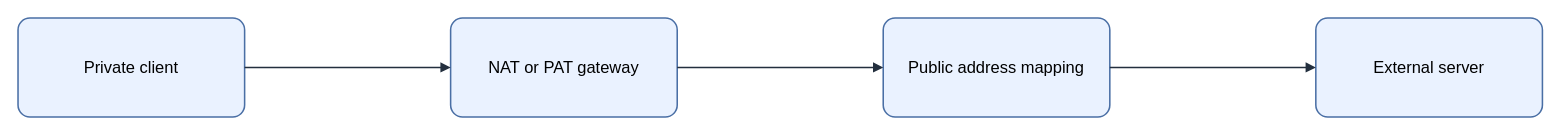
This is assets/img/network/nat-pat-translation-flow.drawio from KKamJi98/kkamji98.github.io, a draw.io file, before an edit. Source tidied: cells renumbered, new cells numbered last; positions are measured from the earlier drawing's top-left corner, leaving out a move shared by most shapes. Both pictures are drawn from the tidied source at 103%, with x=0, y=0 at pixel (18, 18).
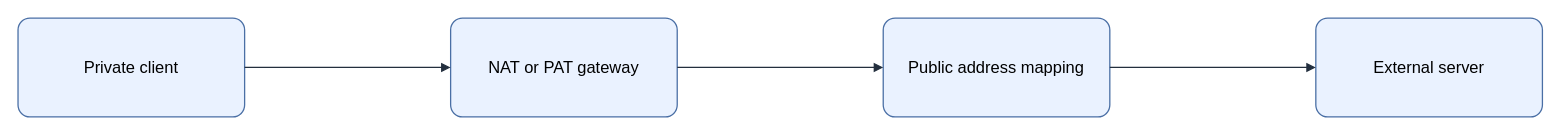
The same diagram, later.

What changed in the source:
```diff
@@
 <mxGraphModel background="#FFFFFF">
   <root>
     <mxCell id="0" />
     <mxCell id="1" parent="0" />
-    <mxCell id="2" value="&lt;font style=&quot;color: rgb(0, 0, 0);&quot;&gt;Private client&lt;/font&gt;" style="rounded=1;arcSize=12;whiteSpace=wrap;html=1;fillColor=#EAF2FF;strokeColor=#4A6FA5;strokeWidth=1.5;fontColor=#000000;fontSize=16;align=center;verticalAlign=middle;spacing=8;shadow=0;" parent="1" vertex="1">
+    <mxCell id="2" value="Private client" style="rounded=1;arcSize=12;whiteSpace=wrap;html=0;fillColor=#EAF2FF;strokeColor=#4A6FA5;strokeWidth=1.25;fontColor=#000000;fontSize=16;align=center;verticalAlign=middle;spacing=8;shadow=0;" parent="1" vertex="1">
       <mxGeometry width="220" height="96" as="geometry" />
     </mxCell>
-    <mxCell id="3" value="&lt;font style=&quot;color: rgb(0, 0, 0);&quot;&gt;NAT or PAT gateway&lt;/font&gt;" style="rounded=1;arcSize=12;whiteSpace=wrap;html=1;fillColor=#EAF2FF;strokeColor=#4A6FA5;strokeWidth=1.5;fontColor=#000000;fontSize=16;align=center;verticalAlign=middle;spacing=8;shadow=0;" parent="1" vertex="1">
+    <mxCell id="3" value="NAT or PAT gateway" style="rounded=1;arcSize=12;whiteSpace=wrap;html=0;fillColor=#EAF2FF;strokeColor=#4A6FA5;strokeWidth=1.25;fontColor=#000000;fontSize=16;align=center;verticalAlign=middle;spacing=8;shadow=0;" parent="1" vertex="1">
       <mxGeometry x="420" width="220" height="96" as="geometry" />
     </mxCell>
-    <mxCell id="4" value="&lt;font style=&quot;color: rgb(0, 0, 0);&quot;&gt;Public address mapping&lt;/font&gt;" style="rounded=1;arcSize=12;whiteSpace=wrap;html=1;fillColor=#EAF2FF;strokeColor=#4A6FA5;strokeWidth=1.5;fontColor=#000000;fontSize=16;align=center;verticalAlign=middle;spacing=8;shadow=0;" parent="1" vertex="1">
+    <mxCell id="4" value="Public address mapping" style="rounded=1;arcSize=12;whiteSpace=wrap;html=0;fillColor=#EAF2FF;strokeColor=#4A6FA5;strokeWidth=1.25;fontColor=#000000;fontSize=16;align=center;verticalAlign=middle;spacing=8;shadow=0;" parent="1" vertex="1">
       <mxGeometry x="840" width="220" height="96" as="geometry" />
     </mxCell>
-    <mxCell id="5" value="&lt;font style=&quot;color: rgb(0, 0, 0);&quot;&gt;External server&lt;/font&gt;" style="rounded=1;arcSize=12;whiteSpace=wrap;html=1;fillColor=#EAF2FF;strokeColor=#4A6FA5;strokeWidth=1.5;fontColor=#000000;fontSize=16;align=center;verticalAlign=middle;spacing=8;shadow=0;" parent="1" vertex="1">
+    <mxCell id="5" value="External server" style="rounded=1;arcSize=12;whiteSpace=wrap;html=0;fillColor=#EAF2FF;strokeColor=#4A6FA5;strokeWidth=1.25;fontColor=#000000;fontSize=16;align=center;verticalAlign=middle;spacing=8;shadow=0;" parent="1" vertex="1">
       <mxGeometry x="1260" width="220" height="96" as="geometry" />
     </mxCell>
-    <mxCell id="6" style="edgeStyle=orthogonalEdgeStyle;rounded=0;jettySize=auto;html=1;endArrow=block;endFill=1;strokeColor=#232F3E;strokeWidth=1.5;fontColor=#000000;labelBackgroundColor=none;exitX=1;exitY=0.5;exitDx=0;exitDy=0;entryX=0;entryY=0.5;entryDx=0;entryDy=0;" parent="1" edge="1" source="2" target="3">
+    <mxCell id="6" style="edgeStyle=orthogonalEdgeStyle;rounded=0;jettySize=auto;html=0;endArrow=block;endFill=1;strokeColor=#232F3E;strokeWidth=1.25;fontColor=#000000;labelBackgroundColor=none;exitX=1;exitY=0.5;exitDx=0;exitDy=0;entryX=0;entryY=0.5;entryDx=0;entryDy=0;" parent="1" edge="1" source="2" target="3">
       <mxGeometry relative="1" as="geometry" />
     </mxCell>
-    <mxCell id="7" style="edgeStyle=orthogonalEdgeStyle;rounded=0;jettySize=auto;html=1;endArrow=block;endFill=1;strokeColor=#232F3E;strokeWidth=1.5;fontColor=#000000;labelBackgroundColor=none;exitX=1;exitY=0.5;exitDx=0;exitDy=0;entryX=0;entryY=0.5;entryDx=0;entryDy=0;" parent="1" edge="1" source="3" target="4">
+    <mxCell id="7" style="edgeStyle=orthogonalEdgeStyle;rounded=0;jettySize=auto;html=0;endArrow=block;endFill=1;strokeColor=#232F3E;strokeWidth=1.25;fontColor=#000000;labelBackgroundColor=none;exitX=1;exitY=0.5;exitDx=0;exitDy=0;entryX=0;entryY=0.5;entryDx=0;entryDy=0;" parent="1" edge="1" source="3" target="4">
       <mxGeometry relative="1" as="geometry" />
     </mxCell>
-    <mxCell id="8" style="edgeStyle=orthogonalEdgeStyle;rounded=0;jettySize=auto;html=1;endArrow=block;endFill=1;strokeColor=#232F3E;strokeWidth=1.5;fontColor=#000000;labelBackgroundColor=none;exitX=1;exitY=0.5;exitDx=0;exitDy=0;entryX=0;entryY=0.5;entryDx=0;entryDy=0;" parent="1" edge="1" source="4" target="5">
+    <mxCell id="8" style="edgeStyle=orthogonalEdgeStyle;rounded=0;jettySize=auto;html=0;endArrow=block;endFill=1;strokeColor=#232F3E;strokeWidth=1.25;fontColor=#000000;labelBackgroundColor=none;exitX=1;exitY=0.5;exitDx=0;exitDy=0;entryX=0;entryY=0.5;entryDx=0;entryDy=0;" parent="1" edge="1" source="4" target="5">
       <mxGeometry relative="1" as="geometry" />
     </mxCell>
   </root>
 </mxGraphModel>
```
